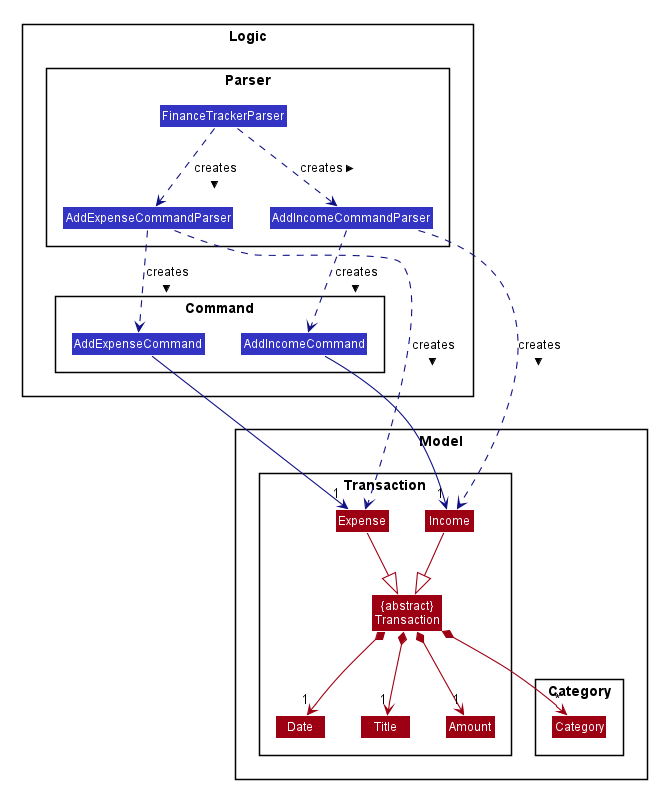
Before: docs/images/AddTransactionClassDiagram.png, a diagram exported from PlantUML (wltan/tp).
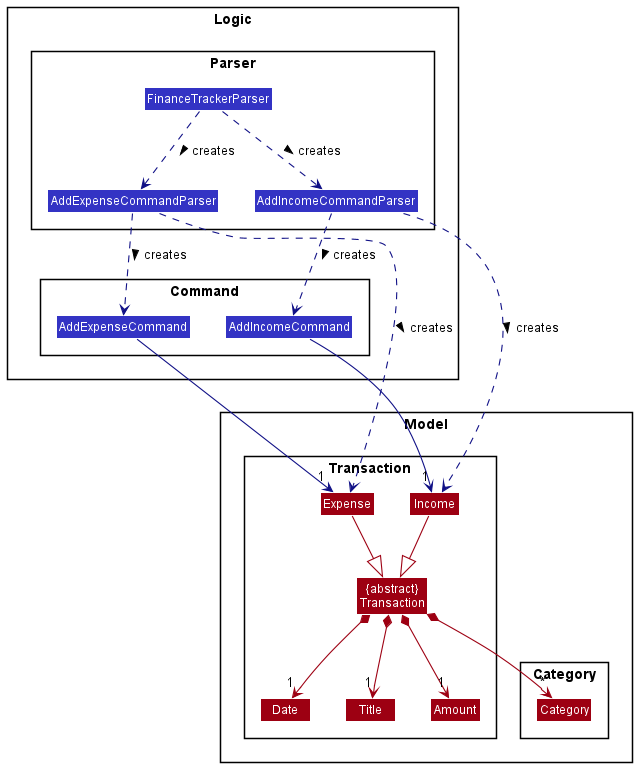
The same file after the commit.

Diff of the diagram source:
```diff
@@ -1,55 +1,8 @@
 @startuml
-
-
-
-
-
-
-
-
-skinparam BackgroundColor #FFFFFFF
-
-skinparam Shadowing false
-
-skinparam Class {
-    FontColor #FFFFFF
-    BorderThickness 1
-    BorderColor #FFFFFF
-    StereotypeFontColor #FFFFFF
-    FontName Arial
-}
-
-skinparam Actor {
-    BorderColor #000000
-    Color #000000
-    FontName Arial
-}
-
-skinparam Sequence {
-    MessageAlign center
-    BoxFontSize 15
-    BoxPadding 0
-    BoxFontColor #FFFFFF
-    FontName Arial
-}
-
-skinparam Participant {
-    FontColor #FFFFFFF
-    Padding 20
-}
-
-skinparam MinClassWidth 50
-skinparam ParticipantPadding 10
-skinparam Shadowing false
-skinparam DefaultTextAlignment center
-skinparam packageStyle Rectangle
-
-hide footbox
-hide members
-hide circle
+!include style.puml
 skinparam arrowThickness 1.1
-skinparam arrowColor #101086
-skinparam classBackgroundColor #3333C4
+skinparam arrowColor LOGIC_COLOR_T4
+skinparam classBackgroundColor LOGIC_COLOR
 
 package Logic {
 
@@ -69,15 +22,15 @@
 package Model {
 
 package Transaction {
-Class Expense #9D0012
-Class Income #9D0012
-Class "{abstract}\nTransaction" as Transaction #9D0012
-Class Title #9D0012
-Class Amount #9D0012
-Class Date #9D0012
+Class Expense MODEL_COLOR
+Class Income MODEL_COLOR
+Class "{abstract}\nTransaction" as Transaction MODEL_COLOR
+Class Title MODEL_COLOR
+Class Amount MODEL_COLOR
+Class Date MODEL_COLOR
 }
 package Category {
-Class Category #9D0012
+Class Category MODEL_COLOR
 }
 }
 
@@ -92,11 +45,11 @@
 AddExpenseCommand --> "1" Expense
 AddIncomeCommand --> "1" Income
 
-Expense --|> Transaction #9D0012
-Income --|> Transaction #9D0012
-Transaction *--> "1" Amount #9D0012
-Transaction *--> "1" Title #9D0012
-Transaction *--> "1" Date #9D0012
-Transaction *--> "*" Category #9D0012
+Expense --|> Transaction MODEL_COLOR
+Income --|> Transaction MODEL_COLOR
+Transaction *--> "1" Amount MODEL_COLOR
+Transaction *--> "1" Title MODEL_COLOR
+Transaction *--> "1" Date MODEL_COLOR
+Transaction *--> "*" Category MODEL_COLOR
 
 @enduml
```
